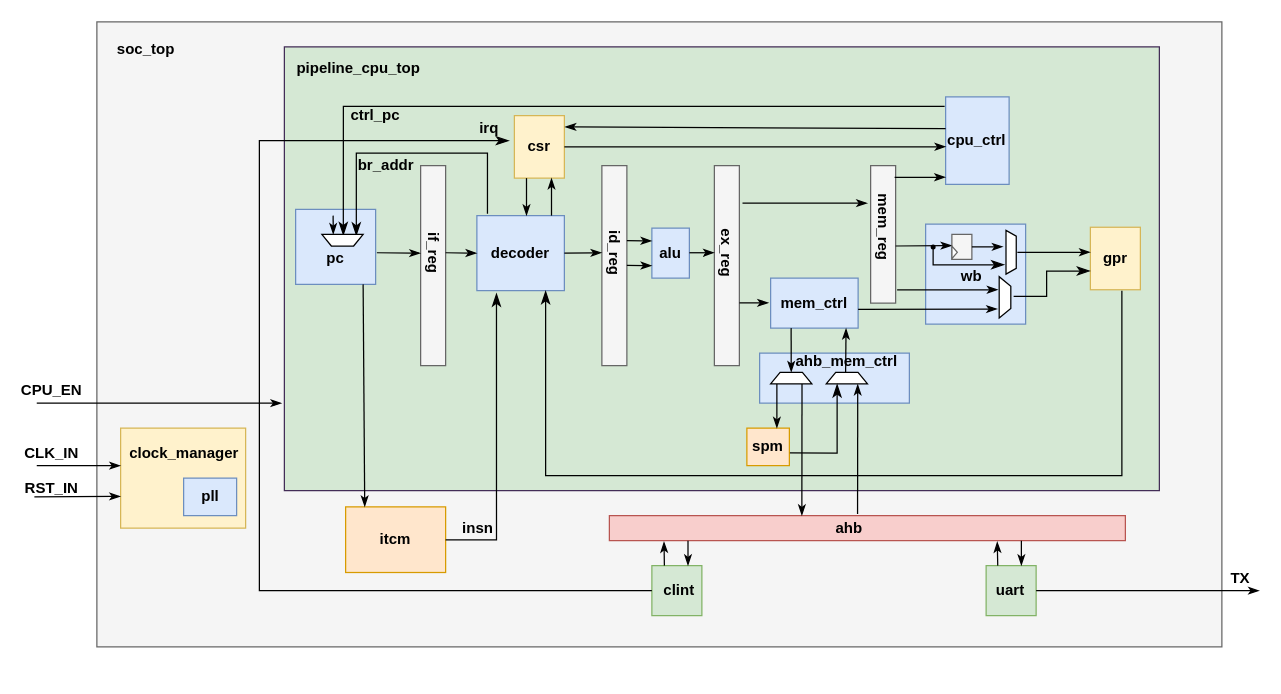
Above: notes/ahb_cpu.drawio in meosii/siiCpu (draw.io), before the change. Source tidied: cells renumbered, new cells numbered last; positions are measured from the earlier drawing's top-left corner, leaving out a move shared by most shapes. Both pictures are drawn from the tidied source at 125%, with x=0, y=0 at pixel (20, 21).
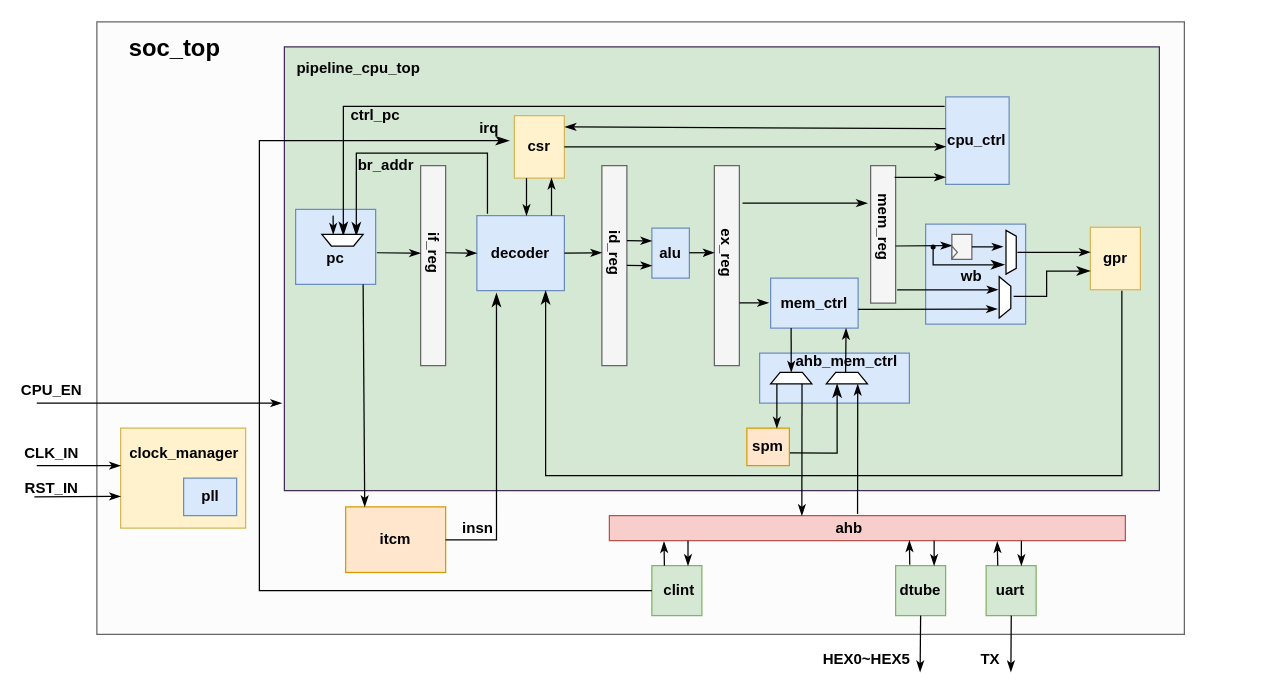
The same diagram, later.

Change to the diagram source:
```diff
@@
-    <mxCell id="2" style="rounded=0;whiteSpace=wrap;html=1;fontStyle=0;fillColor=#f5f5f5;strokeColor=#666666;fontColor=#333333;" parent="1" vertex="1">
-      <mxGeometry x="61" width="900" height="500" as="geometry" />
-    </mxCell>
+    <mxCell id="105" style="rounded=0;whiteSpace=wrap;html=1;fillColor=#fcfcfc;fontColor=#333333;strokeColor=#666666;" parent="1" vertex="1">
+      <mxGeometry x="61" width="870" height="490" as="geometry" />
+    </mxCell>
@@
     <mxCell id="88" style="endArrow=classicThin;html=1;curved=1;rounded=0;endFill=1;exitX=1;exitY=0.5;exitDx=0;exitDy=0;fillColor=#e1d5e7;strokeColor=#000000;" parent="1" edge="1">
       <mxGeometry relative="1" as="geometry">
-        <mxPoint x="812.4" y="454.9" as="sourcePoint" />
-        <mxPoint x="991" y="455" as="targetPoint" />
+        <mxPoint x="792.5" y="475" as="sourcePoint" />
+        <mxPoint x="792.2" y="520" as="targetPoint" />
       </mxGeometry>
     </mxCell>
     <mxCell id="89" value="TX" style="text;strokeColor=none;align=center;fillColor=none;html=1;verticalAlign=middle;whiteSpace=wrap;rounded=0;fontStyle=1;" parent="1" vertex="1">
-      <mxGeometry x="961" y="435" width="30" height="20" as="geometry" />
+      <mxGeometry x="760.8" y="500" width="30" height="20" as="geometry" />
     </mxCell>
@@
-    <mxCell id="102" value="soc_top" style="text;strokeColor=none;align=center;fillColor=none;html=1;verticalAlign=middle;whiteSpace=wrap;rounded=0;fontStyle=1;" parent="1" vertex="1">
-      <mxGeometry x="41" y="10" width="119" height="24.3" as="geometry" />
+    <mxCell id="102" value="&lt;font style=&quot;font-size: 19px;&quot;&gt;soc_top&lt;/font&gt;" style="text;strokeColor=none;align=center;fillColor=none;html=1;verticalAlign=middle;whiteSpace=wrap;rounded=0;fontStyle=1;" parent="1" vertex="1">
+      <mxGeometry x="73.7" y="10" width="99" height="24.3" as="geometry" />
     </mxCell>
@@
+    <mxCell id="106" style="rounded=0;whiteSpace=wrap;html=1;fontStyle=0;fillColor=#d5e8d4;strokeColor=#82b366;" parent="1" vertex="1">
+      <mxGeometry x="700" y="435" width="40" height="40" as="geometry" />
+    </mxCell>
+    <mxCell id="107" value="dtube" style="text;strokeColor=none;align=center;fillColor=none;html=1;verticalAlign=middle;whiteSpace=wrap;rounded=0;fontStyle=1;" parent="1" vertex="1">
+      <mxGeometry x="690" y="445" width="60" height="20" as="geometry" />
+    </mxCell>
+    <mxCell id="108" style="endArrow=classicThin;html=1;curved=1;rounded=0;endFill=1;entryX=0.095;entryY=1.035;entryDx=0;entryDy=0;entryPerimeter=0;exitX=0.25;exitY=0;exitDx=0;exitDy=0;" parent="1" edge="1">
+      <mxGeometry relative="1" as="geometry">
+        <mxPoint x="711.3" y="434.3" as="sourcePoint" />
+        <mxPoint x="711" y="415" as="targetPoint" />
+      </mxGeometry>
+    </mxCell>
+    <mxCell id="109" style="endArrow=classicThin;html=1;curved=1;rounded=0;endFill=1;entryX=0.5;entryY=1;entryDx=0;entryDy=0;exitX=0.25;exitY=0;exitDx=0;exitDy=0;" parent="1" edge="1">
+      <mxGeometry relative="1" as="geometry">
+        <mxPoint x="730.8" y="415" as="sourcePoint" />
+        <mxPoint x="730.8" y="435" as="targetPoint" />
+      </mxGeometry>
+    </mxCell>
+    <mxCell id="110" style="endArrow=classicThin;html=1;curved=1;rounded=0;endFill=1;exitX=1;exitY=0.5;exitDx=0;exitDy=0;fillColor=#e1d5e7;strokeColor=#000000;" parent="1" edge="1">
+      <mxGeometry relative="1" as="geometry">
+        <mxPoint x="720" y="475" as="sourcePoint" />
+        <mxPoint x="719.6" y="520" as="targetPoint" />
+      </mxGeometry>
+    </mxCell>
+    <mxCell id="111" value="HEX0~HEX5" style="text;strokeColor=none;align=center;fillColor=none;html=1;verticalAlign=middle;whiteSpace=wrap;rounded=0;fontStyle=1;" parent="1" vertex="1">
+      <mxGeometry x="639.4" y="500" width="76" height="20" as="geometry" />
+    </mxCell>
```
